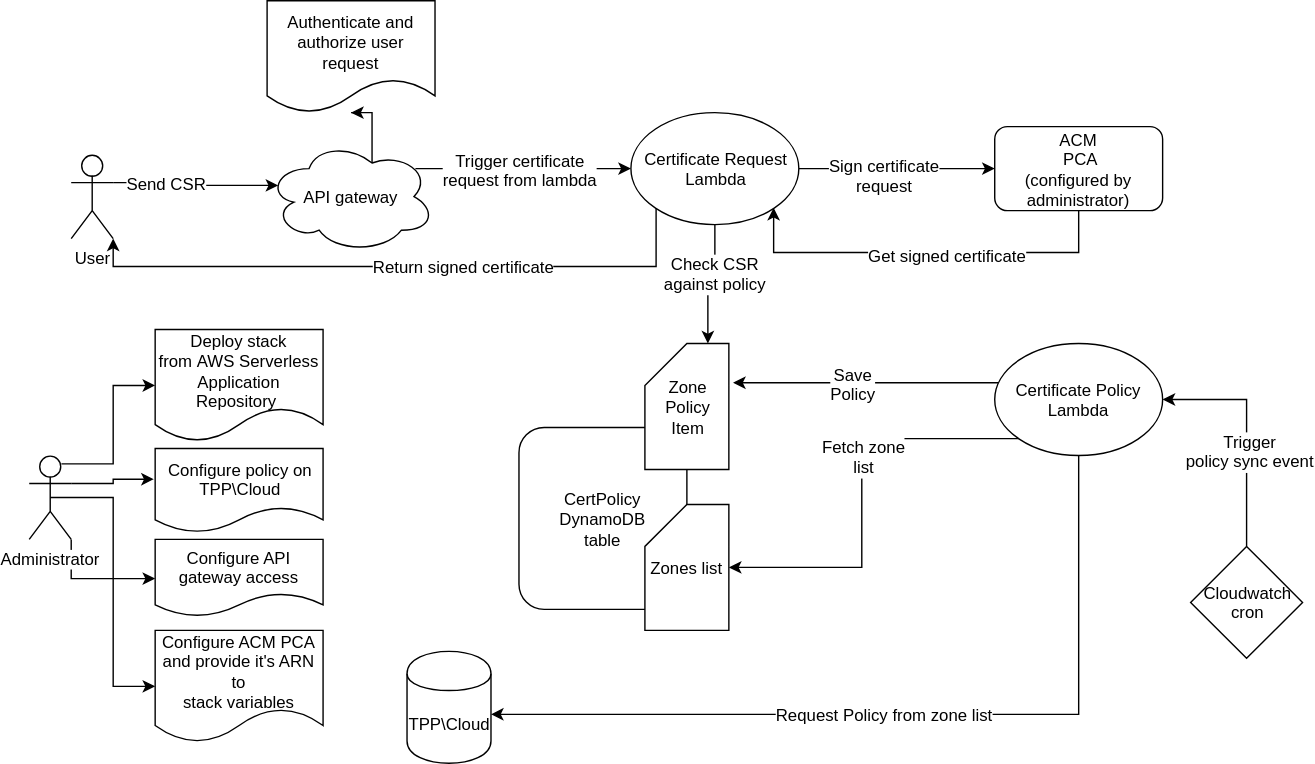
Above: Diagram.svg in Venafi/aws-private-ca-policy-venafi (draw.io), before the change. Source tidied: cells renumbered, new cells last; positions are measured from the earlier drawing's top-left corner, leaving out a move shared by most shapes.
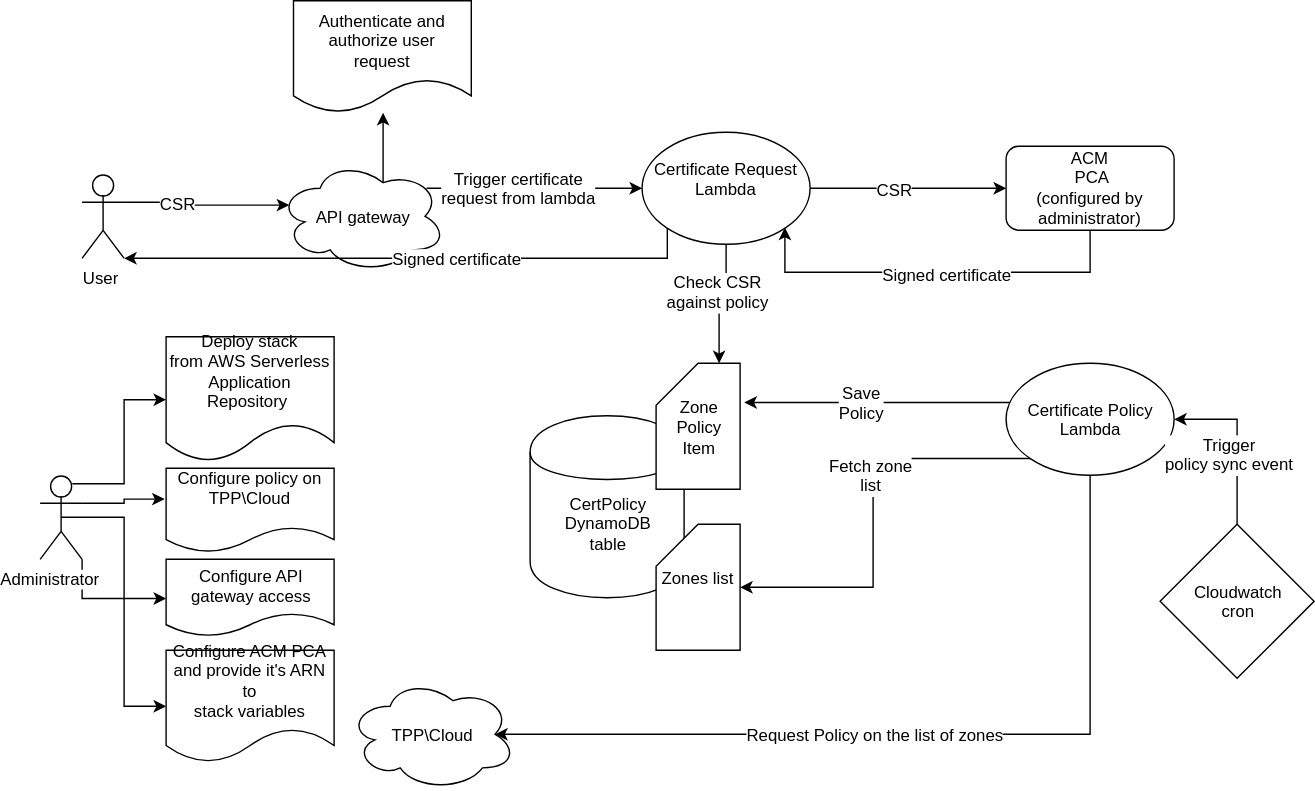
The same diagram one commit later.

Commit message:
few small changes in diagram

Diff of the diagram source:
```diff
@@ -2,6 +2,9 @@
   <root>
     <mxCell id="0" />
     <mxCell id="1" parent="0" />
+    <mxCell id="11" value="CertPolicy&lt;br&gt;DynamoDB&lt;br&gt;&lt;div&gt;table&lt;/div&gt;&lt;div&gt;&lt;br&gt;&lt;/div&gt;" style="shape=cylinder;whiteSpace=wrap;html=1;boundedLbl=1;backgroundOutline=1;" parent="1" vertex="1">
+      <mxGeometry x="350" y="282.5" width="110" height="130" as="geometry" />
+    </mxCell>
     <mxCell id="2" style="edgeStyle=orthogonalEdgeStyle;rounded=0;jettySize=auto;html=1;exitX=1;exitY=0.3333333333333333;exitDx=0;exitDy=0;exitPerimeter=0;entryX=0.07;entryY=0.4;entryDx=0;entryDy=0;entryPerimeter=0;" parent="1" edge="1" source="4" target="15">
       <mxGeometry relative="1" as="geometry">
         <Array as="points">
@@ -9,7 +12,7 @@
         </Array>
       </mxGeometry>
     </mxCell>
-    <mxCell id="3" value="Send CSR" style="text;html=1;align=center;verticalAlign=middle;labelBackgroundColor=#ffffff;" parent="2" vertex="1">
+    <mxCell id="3" value="&lt;div&gt;CSR&lt;/div&gt;" style="text;html=1;align=center;verticalAlign=middle;labelBackgroundColor=#ffffff;" parent="2" vertex="1">
       <mxGeometry x="-0.56" y="-1" relative="1" as="geometry">
         <mxPoint x="12" y="-1" as="offset" />
       </mxGeometry>
@@ -32,14 +35,10 @@
     <mxCell id="9" value="Administrator" style="shape=umlActor;verticalLabelPosition=bottom;labelBackgroundColor=#ffffff;verticalAlign=top;html=1;outlineConnect=0;" parent="1" vertex="1">
       <mxGeometry y="325" width="30" height="60" as="geometry" />
     </mxCell>
-    <mxCell id="10" value="TPP\Cloud" style="shape=cylinder;whiteSpace=wrap;html=1;boundedLbl=1;backgroundOutline=1;" parent="1" vertex="1">
-      <mxGeometry x="270" y="465" width="60" height="80" as="geometry" />
-    </mxCell>
-    <mxCell id="11" value="CertPolicy&lt;br&gt;DynamoDB&lt;br&gt;table" style="rounded=1;whiteSpace=wrap;html=1;" parent="1" vertex="1">
-      <mxGeometry x="350" y="305" width="120" height="130" as="geometry" />
-    </mxCell>
-    <mxCell id="12" style="edgeStyle=orthogonalEdgeStyle;rounded=0;jettySize=auto;html=1;exitX=0.88;exitY=0.25;exitDx=0;exitDy=0;exitPerimeter=0;entryX=0;entryY=0.5;entryDx=0;entryDy=0;" parent="1" edge="1" source="15" target="22">
-      <mxGeometry relative="1" as="geometry" />
+    <mxCell id="12" style="edgeStyle=orthogonalEdgeStyle;rounded=0;jettySize=auto;html=1;exitX=0.88;exitY=0.25;exitDx=0;exitDy=0;exitPerimeter=0;entryX=0;entryY=0.5;entryDx=0;entryDy=0;" parent="1" edge="1" source="15">
+      <mxGeometry relative="1" as="geometry">
+        <mxPoint x="430" y="120" as="targetPoint" />
+      </mxGeometry>
     </mxCell>
     <mxCell id="13" value="Trigger certificate &lt;br&gt;request from lambda" style="text;html=1;align=center;verticalAlign=middle;labelBackgroundColor=#ffffff;" parent="12" vertex="1">
       <mxGeometry x="-0.37" relative="1" as="geometry">
@@ -52,27 +51,33 @@
     <mxCell id="15" value="API gateway" style="ellipse;shape=cloud;whiteSpace=wrap;html=1;" parent="1" vertex="1">
       <mxGeometry x="170" y="100" width="120" height="80" as="geometry" />
     </mxCell>
-    <mxCell id="16" style="edgeStyle=orthogonalEdgeStyle;rounded=0;jettySize=auto;html=1;" parent="1" edge="1" source="22" target="33">
-      <mxGeometry relative="1" as="geometry" />
+    <mxCell id="16" style="edgeStyle=orthogonalEdgeStyle;rounded=0;jettySize=auto;html=1;" parent="1" edge="1" target="33">
+      <mxGeometry relative="1" as="geometry">
+        <mxPoint x="550" y="120" as="sourcePoint" />
+      </mxGeometry>
     </mxCell>
-    <mxCell id="17" value="Sign certificate&lt;br&gt;request" style="text;html=1;align=center;verticalAlign=middle;labelBackgroundColor=#ffffff;" parent="16" vertex="1">
-      <mxGeometry x="-0.12" y="-4" relative="1" as="geometry" />
+    <mxCell id="17" value="CSR" style="text;html=1;align=center;verticalAlign=middle;labelBackgroundColor=#ffffff;" parent="16" vertex="1">
+      <mxGeometry x="-0.12" y="-4" relative="1" as="geometry">
+        <mxPoint x="-1" y="-4" as="offset" />
+      </mxGeometry>
     </mxCell>
-    <mxCell id="18" style="edgeStyle=orthogonalEdgeStyle;rounded=0;jettySize=auto;html=1;entryX=0;entryY=0;entryDx=45;entryDy=0;entryPerimeter=0;" parent="1" edge="1" source="22" target="30">
-      <mxGeometry relative="1" as="geometry" />
+    <mxCell id="18" style="edgeStyle=orthogonalEdgeStyle;rounded=0;jettySize=auto;html=1;entryX=0;entryY=0;entryDx=45;entryDy=0;entryPerimeter=0;" parent="1" edge="1" target="30">
+      <mxGeometry relative="1" as="geometry">
+        <mxPoint x="490" y="160" as="sourcePoint" />
+      </mxGeometry>
     </mxCell>
     <mxCell id="19" value="Check CSR&lt;br&gt;against policy" style="text;html=1;align=center;verticalAlign=middle;labelBackgroundColor=#ffffff;" parent="18" vertex="1">
       <mxGeometry x="-0.25" relative="1" as="geometry" />
     </mxCell>
-    <mxCell id="20" style="edgeStyle=orthogonalEdgeStyle;rounded=0;jettySize=auto;html=1;exitX=0;exitY=1;exitDx=0;exitDy=0;entryX=1;entryY=1;entryDx=0;entryDy=0;entryPerimeter=0;" parent="1" edge="1" source="22" target="4">
+    <mxCell id="20" style="edgeStyle=orthogonalEdgeStyle;rounded=0;jettySize=auto;html=1;exitX=0;exitY=1;exitDx=0;exitDy=0;entryX=1;entryY=1;entryDx=0;entryDy=0;entryPerimeter=0;" parent="1" edge="1" target="4">
       <mxGeometry relative="1" as="geometry">
+        <mxPoint x="448" y="148" as="sourcePoint" />
         <Array as="points">
-          <mxPoint x="448" y="190" />
-          <mxPoint x="60" y="190" />
+          <mxPoint x="448" y="170" />
         </Array>
       </mxGeometry>
     </mxCell>
-    <mxCell id="21" value="Return signed certificate" style="text;html=1;align=center;verticalAlign=middle;labelBackgroundColor=#ffffff;" parent="20" vertex="1">
+    <mxCell id="21" value="&lt;div&gt;Signed certificate&lt;/div&gt;" style="text;html=1;align=center;verticalAlign=middle;labelBackgroundColor=#ffffff;" parent="20" vertex="1">
       <mxGeometry x="-0.2" y="-1" relative="1" as="geometry" />
     </mxCell>
     <mxCell id="22" value="Certificate Request&lt;br&gt;Lambda" style="ellipse;whiteSpace=wrap;html=1;" parent="1" vertex="1">
@@ -91,14 +96,15 @@
         <mxPoint x="26" y="-5" as="offset" />
       </mxGeometry>
     </mxCell>
-    <mxCell id="25" style="edgeStyle=orthogonalEdgeStyle;rounded=0;jettySize=auto;html=1;" parent="1" edge="1" source="29" target="10">
+    <mxCell id="25" style="edgeStyle=orthogonalEdgeStyle;rounded=0;jettySize=auto;html=1;entryX=0.875;entryY=0.5;entryDx=0;entryDy=0;entryPerimeter=0;" parent="1" edge="1" source="29" target="10">
       <mxGeometry relative="1" as="geometry">
         <Array as="points">
           <mxPoint x="750" y="510" />
+          <mxPoint x="325" y="510" />
         </Array>
       </mxGeometry>
     </mxCell>
-    <mxCell id="26" value="Request Policy from zone list" style="text;html=1;align=center;verticalAlign=middle;labelBackgroundColor=#ffffff;" parent="25" vertex="1">
+    <mxCell id="26" value="&lt;div&gt;Request Policy on the list of zones&lt;/div&gt;" style="text;html=1;align=center;verticalAlign=middle;labelBackgroundColor=#ffffff;" parent="25" vertex="1">
       <mxGeometry x="0.07" y="-1" relative="1" as="geometry" />
     </mxCell>
     <mxCell id="27" style="edgeStyle=orthogonalEdgeStyle;rounded=0;jettySize=auto;html=1;exitX=0;exitY=1;exitDx=0;exitDy=0;entryX=1;entryY=0.5;entryDx=0;entryDy=0;entryPerimeter=0;" parent="1" edge="1" source="29" target="36">
@@ -113,15 +119,16 @@
     <mxCell id="30" value="Zone&lt;br&gt;Policy&lt;br&gt;Item" style="shape=card;whiteSpace=wrap;html=1;" parent="1" vertex="1">
       <mxGeometry x="440" y="245" width="60" height="90" as="geometry" />
     </mxCell>
-    <mxCell id="31" style="edgeStyle=orthogonalEdgeStyle;rounded=0;jettySize=auto;html=1;exitX=0.5;exitY=1;exitDx=0;exitDy=0;entryX=1;entryY=1;entryDx=0;entryDy=0;" parent="1" edge="1" source="33" target="22">
+    <mxCell id="31" style="edgeStyle=orthogonalEdgeStyle;rounded=0;jettySize=auto;html=1;exitX=0.5;exitY=1;exitDx=0;exitDy=0;entryX=1;entryY=1;entryDx=0;entryDy=0;" parent="1" edge="1" source="33">
       <mxGeometry relative="1" as="geometry">
+        <mxPoint x="532" y="148" as="targetPoint" />
         <Array as="points">
           <mxPoint x="750" y="180" />
           <mxPoint x="532" y="180" />
         </Array>
       </mxGeometry>
     </mxCell>
-    <mxCell id="32" value="Get signed certificate" style="text;html=1;align=center;verticalAlign=middle;labelBackgroundColor=#ffffff;" parent="31" vertex="1">
+    <mxCell id="32" value="&lt;div&gt;Signed certificate&lt;/div&gt;" style="text;html=1;align=center;verticalAlign=middle;labelBackgroundColor=#ffffff;" parent="31" vertex="1">
       <mxGeometry x="-0.11" y="1" relative="1" as="geometry" />
     </mxCell>
     <mxCell id="33" value="ACM&lt;br&gt;&amp;nbsp;PCA&lt;br&gt;(configured by administrator)" style="rounded=1;whiteSpace=wrap;html=1;" parent="1" vertex="1">
@@ -131,7 +138,7 @@
       <mxGeometry relative="1" as="geometry" />
     </mxCell>
     <mxCell id="35" value="Deploy stack from&amp;nbsp;AWS Serverless Application Repository&amp;nbsp;" style="shape=document;whiteSpace=wrap;html=1;boundedLbl=1;" parent="1" vertex="1">
-      <mxGeometry x="90" y="235" width="120" height="80" as="geometry" />
+      <mxGeometry x="90" y="226" width="120" height="89" as="geometry" />
     </mxCell>
     <mxCell id="36" value="Zones list&lt;br&gt;" style="shape=card;whiteSpace=wrap;html=1;" parent="1" vertex="1">
       <mxGeometry x="440" y="360" width="60" height="90" as="geometry" />
@@ -143,10 +150,10 @@
       <mxGeometry x="-0.16" y="-2" relative="1" as="geometry" />
     </mxCell>
     <mxCell id="39" value="Cloudwatch&lt;br&gt;cron" style="rhombus;whiteSpace=wrap;html=1;" parent="1" vertex="1">
-      <mxGeometry x="830" y="390" width="80" height="80" as="geometry" />
+      <mxGeometry x="800" y="360" width="110" height="110" as="geometry" />
     </mxCell>
     <mxCell id="40" value="Authenticate and authorize user&lt;br&gt;request" style="shape=document;whiteSpace=wrap;html=1;boundedLbl=1;" parent="1" vertex="1">
-      <mxGeometry x="170" width="120" height="80" as="geometry" />
+      <mxGeometry x="181" y="-14" width="127" height="80" as="geometry" />
     </mxCell>
     <mxCell id="41" value="Configure policy on&lt;br&gt;TPP\Cloud" style="shape=document;whiteSpace=wrap;html=1;boundedLbl=1;" parent="1" vertex="1">
       <mxGeometry x="90" y="320" width="120" height="60" as="geometry" />
@@ -157,5 +164,8 @@
     <mxCell id="43" value="Configure ACM PCA&lt;br&gt;and provide it's ARN to&lt;br&gt;stack variables" style="shape=document;whiteSpace=wrap;html=1;boundedLbl=1;" parent="1" vertex="1">
       <mxGeometry x="90" y="450" width="120" height="80" as="geometry" />
     </mxCell>
+    <mxCell id="10" value="&lt;div&gt;TPP\Cloud&lt;/div&gt;" style="ellipse;shape=cloud;whiteSpace=wrap;html=1;" parent="1" vertex="1">
+      <mxGeometry x="220" y="470" width="120" height="80" as="geometry" />
+    </mxCell>
   </root>
 </mxGraphModel>
```
